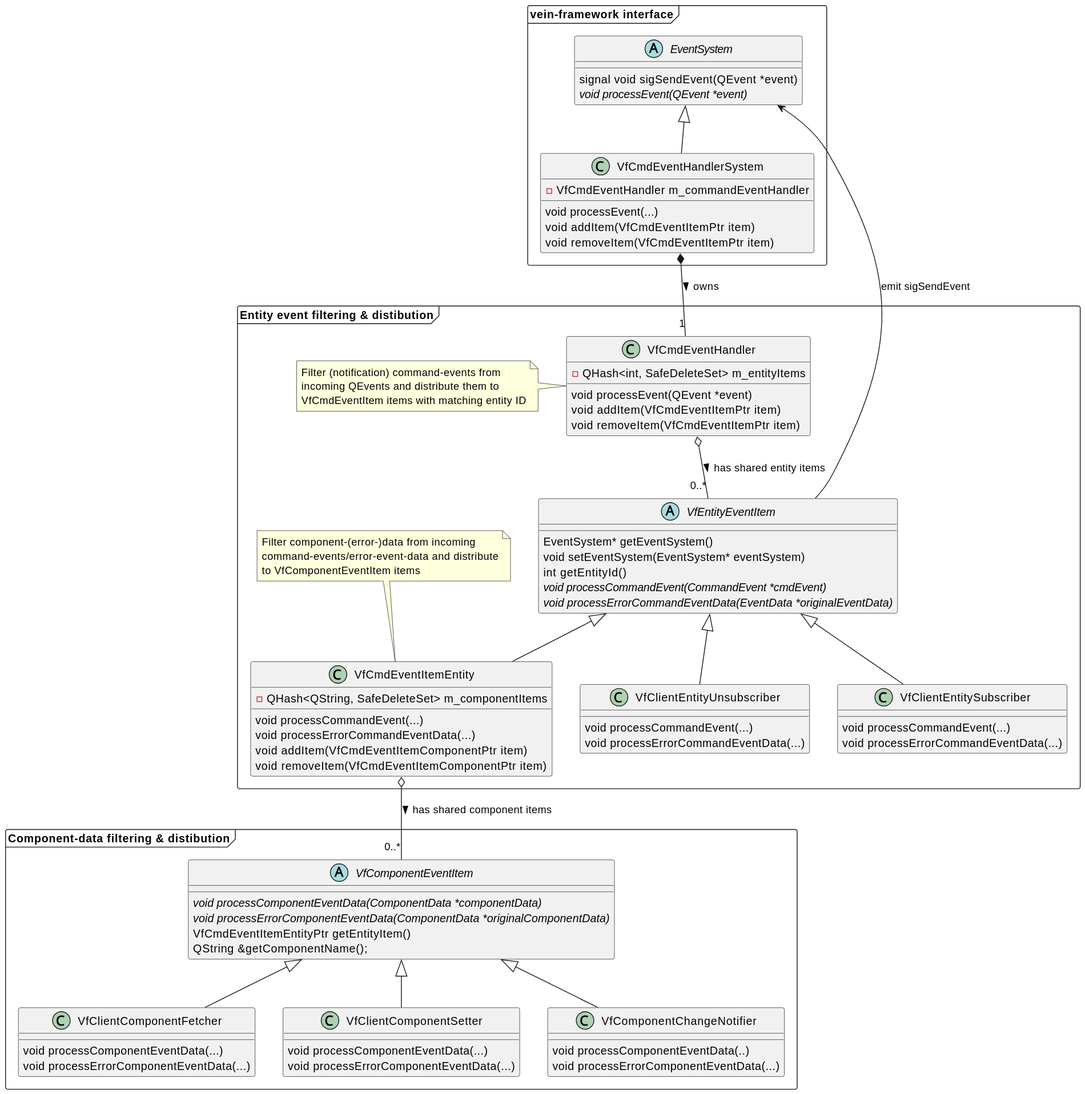
This is convenient-code/doc/convenient-code-uml.svg from ZeraGmbH/vein-framework, a PlantUML export, as it was before one commit.
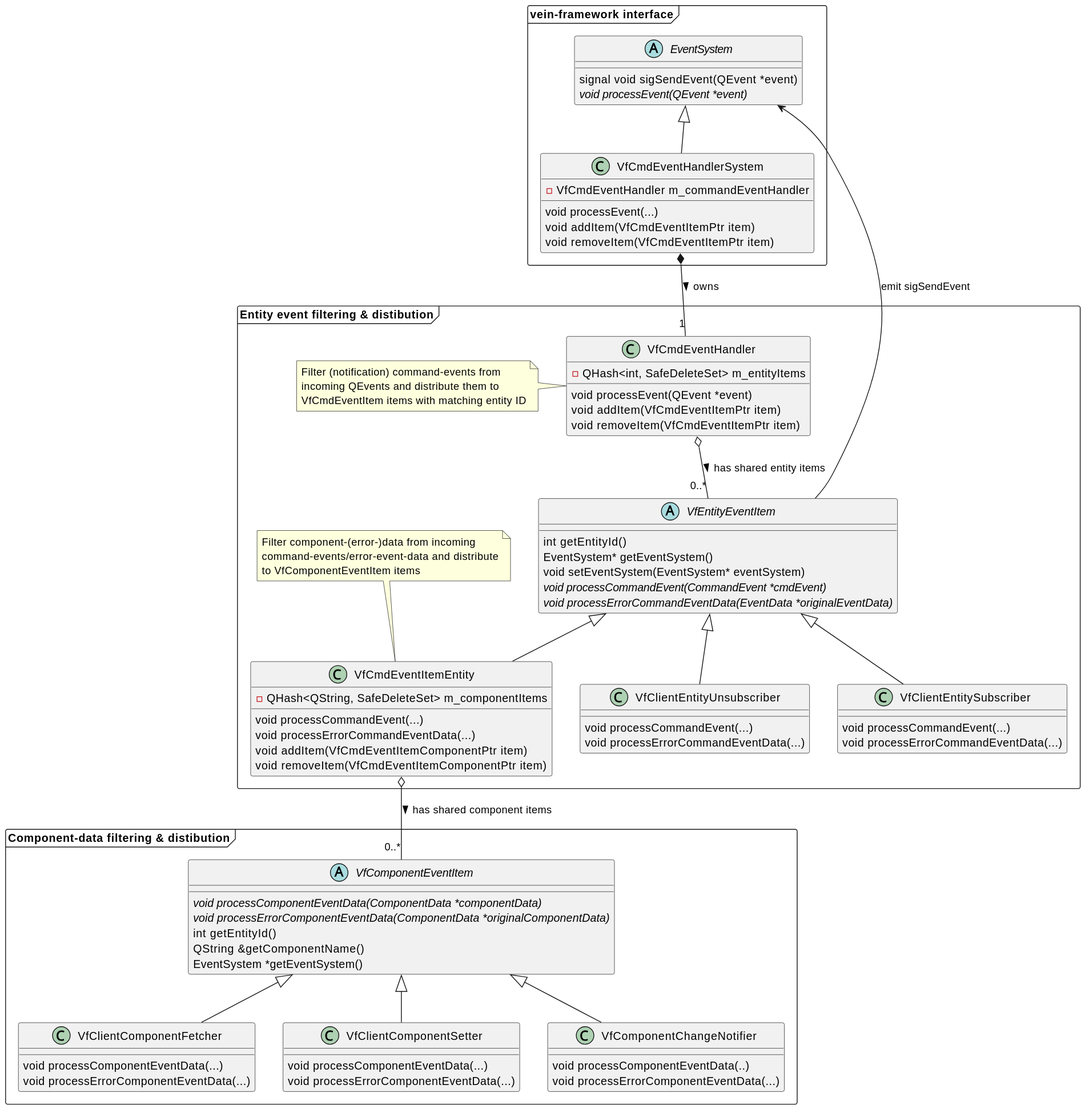
Later version of the same file.

What changed in the source:
```diff
@@ -24,9 +24,9 @@
     note left: Filter (notification) command-events from\nincoming QEvents and distribute them to\nVfCmdEventItem items with matching entity ID
 
     abstract class VfEntityEventItem {
+        int getEntityId()
         EventSystem* getEventSystem()
         void setEventSystem(EventSystem* eventSystem)
-        int getEntityId()
         {abstract} void processCommandEvent(CommandEvent *cmdEvent)
         {abstract} void processErrorCommandEventData(EventData *originalEventData)
     }
@@ -55,8 +55,9 @@
 abstract class VfComponentEventItem {
     {abstract} void processComponentEventData(ComponentData *componentData)
     {abstract} void processErrorComponentEventData(ComponentData *originalComponentData)
-    VfCmdEventItemEntityPtr getEntityItem()
-    QString &getComponentName();
+    int getEntityId()
+    QString &getComponentName()
+    EventSystem *getEventSystem()
 }
 
 class VfClientComponentFetcher {
```
